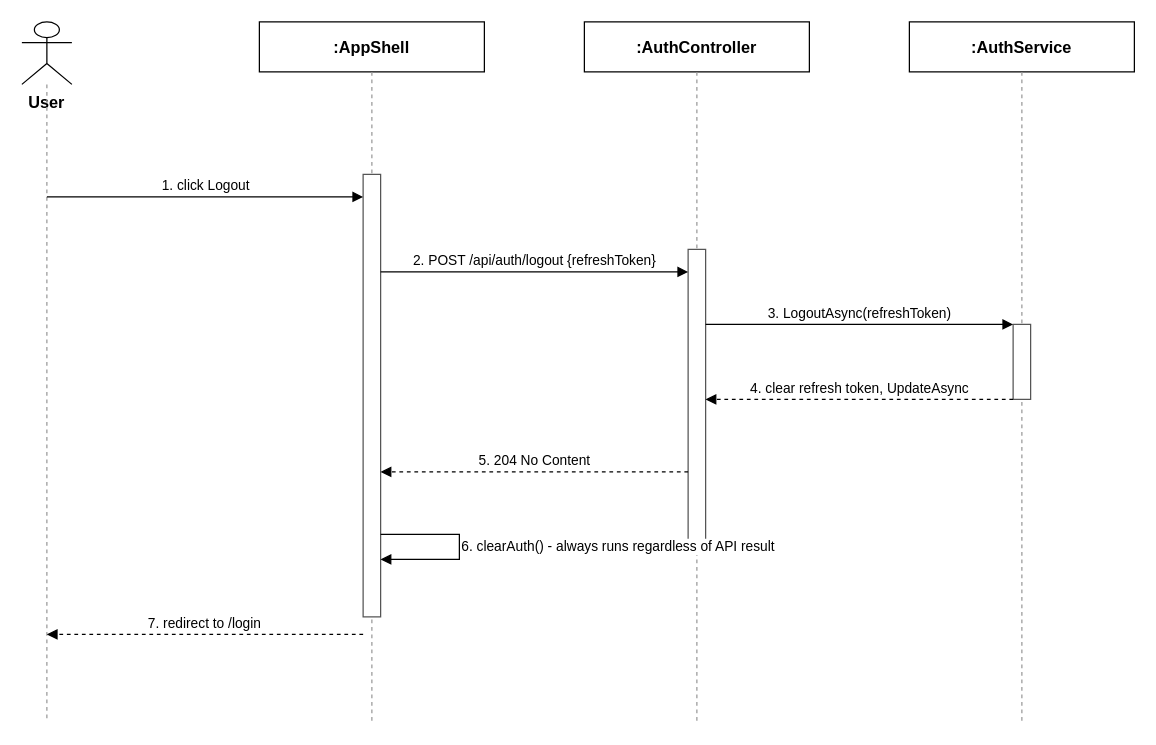
This is docs/qa/Hien_SequenceDiagram/3.1.4_Logout.drawio from tulklk/AI_Interview_Question_Generation_RAG_LLM_FE, a draw.io file, before an edit. Source tidied: cells renumbered, new cells numbered last; positions are measured from the earlier drawing's top-left corner, leaving out a move shared by most shapes. Both pictures are drawn from the tidied source at 125%, with x=0, y=0 at pixel (21, 21).
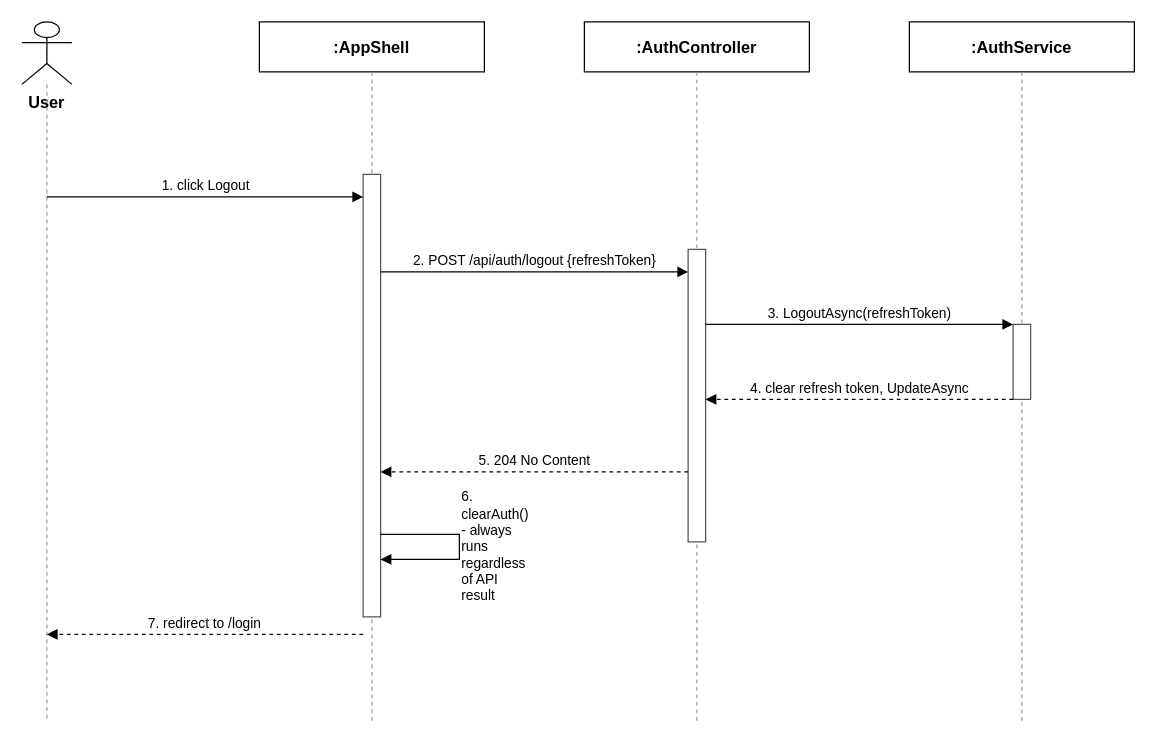
The same page after the edit.

What changed in the source:
```diff
@@
-    <mxCell id="18" value="6. clearAuth() - always runs regardless of API result" style="endArrow=block;endFill=1;html=1;fontSize=11;align=left;verticalAlign=middle;labelBackgroundColor=#ffffff;rounded=0;strokeColor=#000000;" parent="1" edge="1">
+    <mxCell id="18" value="6. clearAuth() - always runs regardless of API result" style="endArrow=block;endFill=1;html=1;whiteSpace=wrap;fontSize=11;align=left;verticalAlign=middle;labelBackgroundColor=#ffffff;rounded=0;strokeColor=#000000;" parent="1" edge="1">
       <mxGeometry relative="1" as="geometry">
         <mxPoint x="287" y="410" as="sourcePoint" />
         <mxPoint x="287" y="430" as="targetPoint" />
         <Array as="points">
           <mxPoint x="350" y="410" />
           <mxPoint x="350" y="430" />
         </Array>
       </mxGeometry>
     </mxCell>
```
